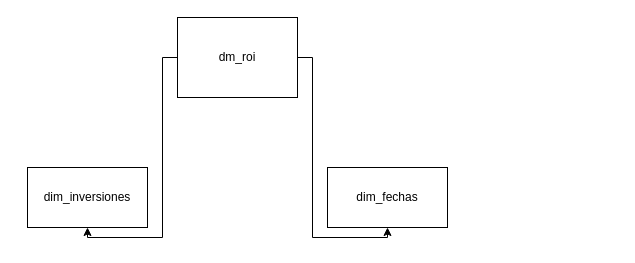
kjsvbshk/Business_Intelligence keeps this draw.io diagram as ROI.drawio. Above is the earlier version. Source tidied: cells renumbered, new cells numbered last; positions are measured from the earlier drawing's top-left corner, leaving out a move shared by most shapes. Both pictures are drawn from the tidied source at 100%, with x=0, y=0 at pixel (27, 17).
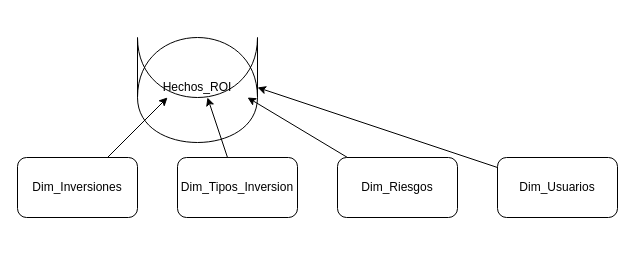
The same page after the edit.

Change to the diagram source:
```diff
@@
 <mxGraphModel>
   <root>
     <mxCell id="0" />
     <mxCell id="1" parent="0" />
-    <mxCell id="2" value="dm_roi" style="shape=rectangle;whiteSpace=wrap;html=1;" parent="1" vertex="1">
-      <mxGeometry x="150" width="120" height="80" as="geometry" />
+    <mxCell id="2" value="Hechos_ROI" style="shape=cylinder;whiteSpace=wrap;html=1;boundedLbl=1;backgroundOutline=1;size=15;" parent="1" vertex="1">
+      <mxGeometry x="110" y="20" width="120" height="60" as="geometry" />
     </mxCell>
-    <mxCell id="3" value="dim_inversiones" style="shape=rectangle;whiteSpace=wrap;html=1;" parent="1" vertex="1">
-      <mxGeometry y="150" width="120" height="60" as="geometry" />
+    <mxCell id="3" value="Dim_Inversiones" style="rounded=1;whiteSpace=wrap;html=1;" parent="1" vertex="1">
+      <mxGeometry x="-10" y="140" width="120" height="60" as="geometry" />
     </mxCell>
-    <mxCell id="4" value="dim_fechas" style="shape=rectangle;whiteSpace=wrap;html=1;" parent="1" vertex="1">
-      <mxGeometry x="300" y="150" width="120" height="60" as="geometry" />
+    <mxCell id="4" value="Dim_Tipos_Inversion" style="rounded=1;whiteSpace=wrap;html=1;" parent="1" vertex="1">
+      <mxGeometry x="150" y="140" width="120" height="60" as="geometry" />
     </mxCell>
-    <mxCell id="5" style="edgeStyle=orthogonalEdgeStyle;rounded=0;html=1;entryX=0.5;entryY=1;entryDx=0;entryDy=0;" parent="1" edge="1" source="2" target="3">
-      <mxGeometry relative="1" as="geometry" />
+    <mxCell id="5" value="Dim_Riesgos" style="rounded=1;whiteSpace=wrap;html=1;" parent="1" vertex="1">
+      <mxGeometry x="310" y="140" width="120" height="60" as="geometry" />
     </mxCell>
-    <mxCell id="6" style="edgeStyle=orthogonalEdgeStyle;rounded=0;html=1;entryX=0.5;entryY=1;entryDx=0;entryDy=0;" parent="1" edge="1" source="2" target="4">
-      <mxGeometry relative="1" as="geometry" />
+    <mxCell id="6" value="Dim_Usuarios" style="rounded=1;whiteSpace=wrap;html=1;" parent="1" vertex="1">
+      <mxGeometry x="470" y="140" width="120" height="60" as="geometry" />
     </mxCell>
+    <mxCell id="7" parent="1" edge="1" source="3" target="2">
+      <mxGeometry relative="1" as="geometry" />
+    </mxCell>
+    <mxCell id="8" parent="1" edge="1" source="4" target="2">
+      <mxGeometry relative="1" as="geometry" />
+    </mxCell>
+    <mxCell id="9" parent="1" edge="1" source="5" target="2">
+      <mxGeometry relative="1" as="geometry" />
+    </mxCell>
+    <mxCell id="10" parent="1" edge="1" source="6" target="2">
+      <mxGeometry relative="1" as="geometry" />
+    </mxCell>
   </root>
 </mxGraphModel>
```
